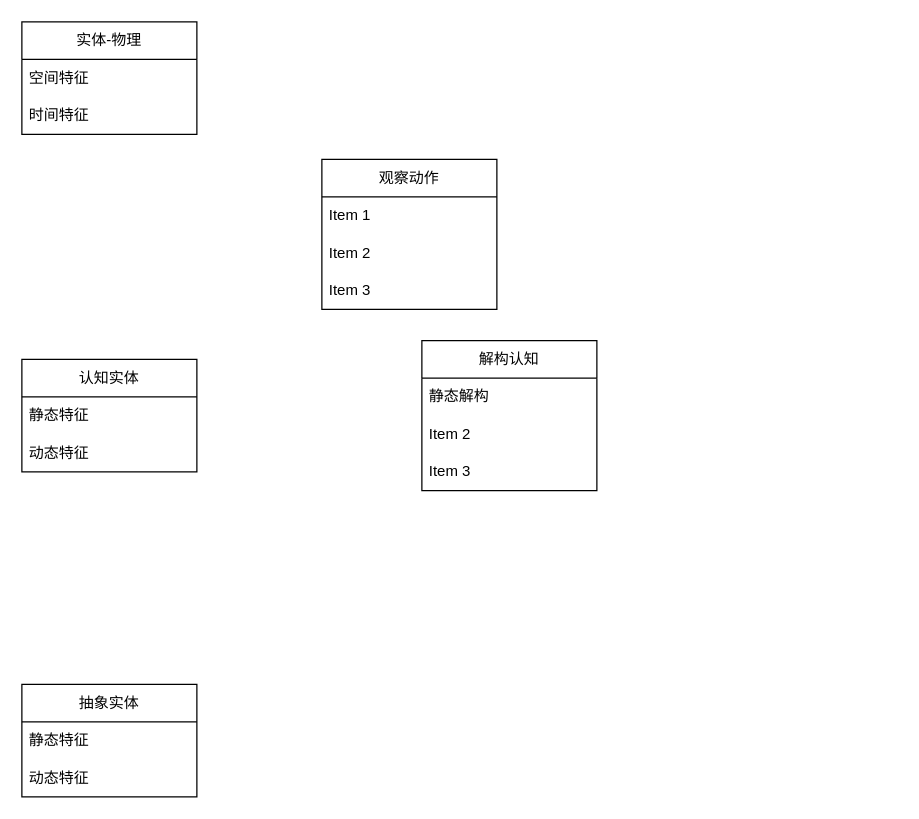
cyxm/CodeGenerator keeps this draw.io diagram as page "实体" (1 of 6) of base_model/实体和语言.drawio. Above is the earlier version. Source tidied: cells renumbered, new cells numbered last; positions are measured from the earlier drawing's top-left corner, leaving out a move shared by most shapes. Both pictures are drawn from the tidied source at 125%, with x=0, y=0 at pixel (21, 21).
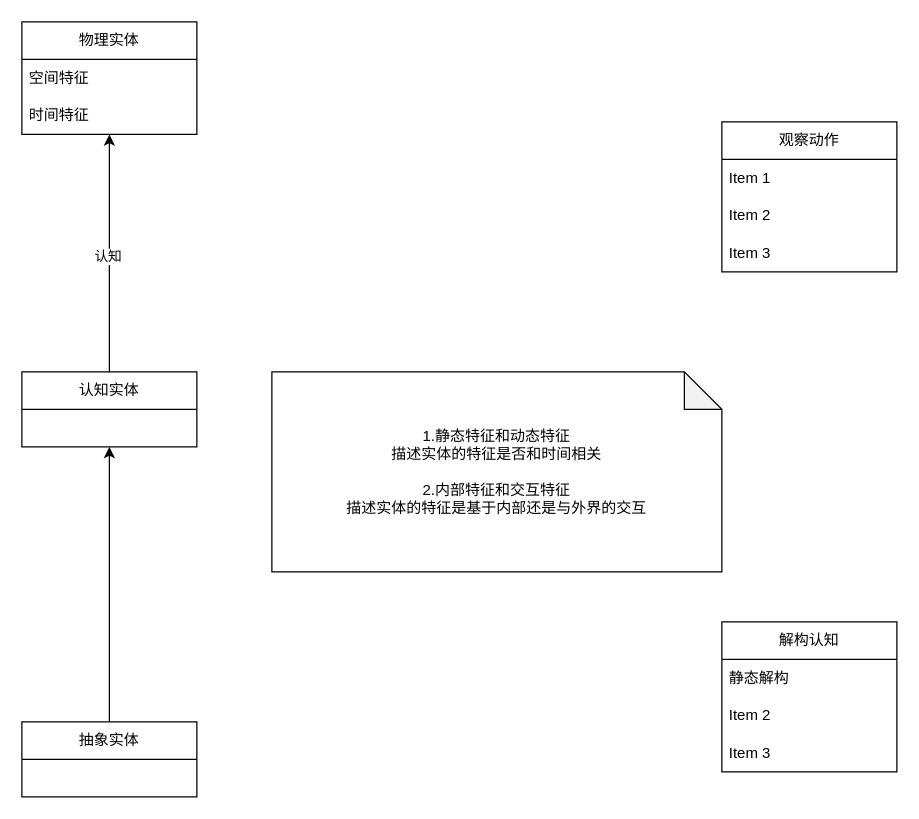
The same page after the edit.

What changed in the source:
```diff
@@
 <mxGraphModel>
   <root>
     <mxCell id="0" />
     <mxCell id="1" parent="0" />
-    <mxCell id="2" value="实体-物理" style="swimlane;fontStyle=0;horizontal=1;startSize=30;whiteSpace=wrap;html=1;" parent="1" vertex="1">
+    <mxCell id="2" value="物理实体" style="swimlane;fontStyle=0;horizontal=1;startSize=30;whiteSpace=wrap;html=1;" parent="1" vertex="1">
       <mxGeometry width="140" height="90" as="geometry" />
     </mxCell>
     <mxCell id="3" value="空间特征" style="text;strokeColor=none;fillColor=none;align=left;verticalAlign=middle;spacingLeft=4;spacingRight=4;overflow=hidden;whiteSpace=wrap;html=1;" parent="2" vertex="1">
       <mxGeometry y="30" width="140" height="30" as="geometry" />
     </mxCell>
     <mxCell id="4" value="时间特征" style="text;strokeColor=none;fillColor=none;align=left;verticalAlign=middle;spacingLeft=4;spacingRight=4;overflow=hidden;whiteSpace=wrap;html=1;" parent="2" vertex="1">
       <mxGeometry y="60" width="140" height="30" as="geometry" />
     </mxCell>
     <mxCell id="5" value="认知实体" style="swimlane;fontStyle=0;horizontal=1;startSize=30;whiteSpace=wrap;html=1;" parent="1" vertex="1">
-      <mxGeometry y="270" width="140" height="90" as="geometry" />
+      <mxGeometry y="280" width="140" height="60" as="geometry" />
     </mxCell>
-    <mxCell id="6" value="静态特征" style="text;strokeColor=none;fillColor=none;align=left;verticalAlign=middle;spacingLeft=4;spacingRight=4;overflow=hidden;whiteSpace=wrap;html=1;" parent="5" vertex="1">
-      <mxGeometry y="30" width="140" height="30" as="geometry" />
-    </mxCell>
-    <mxCell id="7" value="动态特征" style="text;strokeColor=none;fillColor=none;align=left;verticalAlign=middle;spacingLeft=4;spacingRight=4;overflow=hidden;whiteSpace=wrap;html=1;" parent="5" vertex="1">
-      <mxGeometry y="60" width="140" height="30" as="geometry" />
-    </mxCell>
     <mxCell id="8" value="解构认知" style="swimlane;fontStyle=0;horizontal=1;startSize=30;whiteSpace=wrap;html=1;" parent="1" vertex="1">
-      <mxGeometry x="320" y="255" width="140" height="120" as="geometry" />
+      <mxGeometry x="560" y="480" width="140" height="120" as="geometry" />
     </mxCell>
     <mxCell id="9" value="静态解构" style="text;strokeColor=none;fillColor=none;align=left;verticalAlign=middle;spacingLeft=4;spacingRight=4;overflow=hidden;whiteSpace=wrap;html=1;" parent="8" vertex="1">
       <mxGeometry y="30" width="140" height="30" as="geometry" />
     </mxCell>
     <mxCell id="10" value="Item 2" style="text;strokeColor=none;fillColor=none;align=left;verticalAlign=middle;spacingLeft=4;spacingRight=4;overflow=hidden;whiteSpace=wrap;html=1;" parent="8" vertex="1">
       <mxGeometry y="60" width="140" height="30" as="geometry" />
     </mxCell>
     <mxCell id="11" value="Item 3" style="text;strokeColor=none;fillColor=none;align=left;verticalAlign=middle;spacingLeft=4;spacingRight=4;overflow=hidden;whiteSpace=wrap;html=1;" parent="8" vertex="1">
       <mxGeometry y="90" width="140" height="30" as="geometry" />
     </mxCell>
     <mxCell id="12" value="抽象实体" style="swimlane;fontStyle=0;horizontal=1;startSize=30;whiteSpace=wrap;html=1;" parent="1" vertex="1">
-      <mxGeometry y="530" width="140" height="90" as="geometry" />
+      <mxGeometry y="560" width="140" height="60" as="geometry" />
     </mxCell>
-    <mxCell id="13" value="静态特征" style="text;strokeColor=none;fillColor=none;align=left;verticalAlign=middle;spacingLeft=4;spacingRight=4;overflow=hidden;whiteSpace=wrap;html=1;" parent="12" vertex="1">
-      <mxGeometry y="30" width="140" height="30" as="geometry" />
-    </mxCell>
-    <mxCell id="14" value="动态特征" style="text;strokeColor=none;fillColor=none;align=left;verticalAlign=middle;spacingLeft=4;spacingRight=4;overflow=hidden;whiteSpace=wrap;html=1;" parent="12" vertex="1">
-      <mxGeometry y="60" width="140" height="30" as="geometry" />
-    </mxCell>
     <mxCell id="15" value="观察动作" style="swimlane;fontStyle=0;horizontal=1;startSize=30;whiteSpace=wrap;html=1;" parent="1" vertex="1">
-      <mxGeometry x="240" y="110" width="140" height="120" as="geometry" />
+      <mxGeometry x="560" y="80" width="140" height="120" as="geometry" />
     </mxCell>
     <mxCell id="16" value="Item 1" style="text;strokeColor=none;fillColor=none;align=left;verticalAlign=middle;spacingLeft=4;spacingRight=4;overflow=hidden;whiteSpace=wrap;html=1;" parent="15" vertex="1">
       <mxGeometry y="30" width="140" height="30" as="geometry" />
     </mxCell>
     <mxCell id="17" value="Item 2" style="text;strokeColor=none;fillColor=none;align=left;verticalAlign=middle;spacingLeft=4;spacingRight=4;overflow=hidden;whiteSpace=wrap;html=1;" parent="15" vertex="1">
       <mxGeometry y="60" width="140" height="30" as="geometry" />
     </mxCell>
     <mxCell id="18" value="Item 3" style="text;strokeColor=none;fillColor=none;align=left;verticalAlign=middle;spacingLeft=4;spacingRight=4;overflow=hidden;whiteSpace=wrap;html=1;" parent="15" vertex="1">
       <mxGeometry y="90" width="140" height="30" as="geometry" />
     </mxCell>
+    <mxCell id="19" style="endArrow=classic;html=1;rounded=0;entryX=0.5;entryY=1;entryDx=0;entryDy=0;" parent="1" edge="1" source="5" target="2">
+      <mxGeometry relative="1" as="geometry" />
+    </mxCell>
+    <mxCell id="20" value="认知" style="edgeLabel;html=1;align=center;verticalAlign=middle;" parent="19" vertex="1">
+      <mxGeometry x="-0.02" y="2" relative="1" as="geometry" />
+    </mxCell>
+    <mxCell id="21" style="endArrow=classic;html=1;rounded=0;exitX=0.5;exitY=0;exitDx=0;exitDy=0;entryX=0.5;entryY=1;entryDx=0;entryDy=0;" parent="1" edge="1" source="12" target="5">
+      <mxGeometry relative="1" as="geometry" />
+    </mxCell>
+    <mxCell id="22" value="&lt;div&gt;1.静态特征和动态特征&lt;/div&gt;&lt;div&gt;描述实体的特征是否和时间相关&lt;/div&gt;&lt;div&gt;&lt;br&gt;&lt;/div&gt;&lt;div&gt;2.内部特征和交互特征&lt;/div&gt;&lt;div&gt;描述实体的特征是基于内部还是与外界的交互&lt;/div&gt;" style="shape=note;whiteSpace=wrap;html=1;backgroundOutline=1;darkOpacity=0.05;" parent="1" vertex="1">
+      <mxGeometry x="200" y="280" width="360" height="160" as="geometry" />
+    </mxCell>
   </root>
 </mxGraphModel>
```
